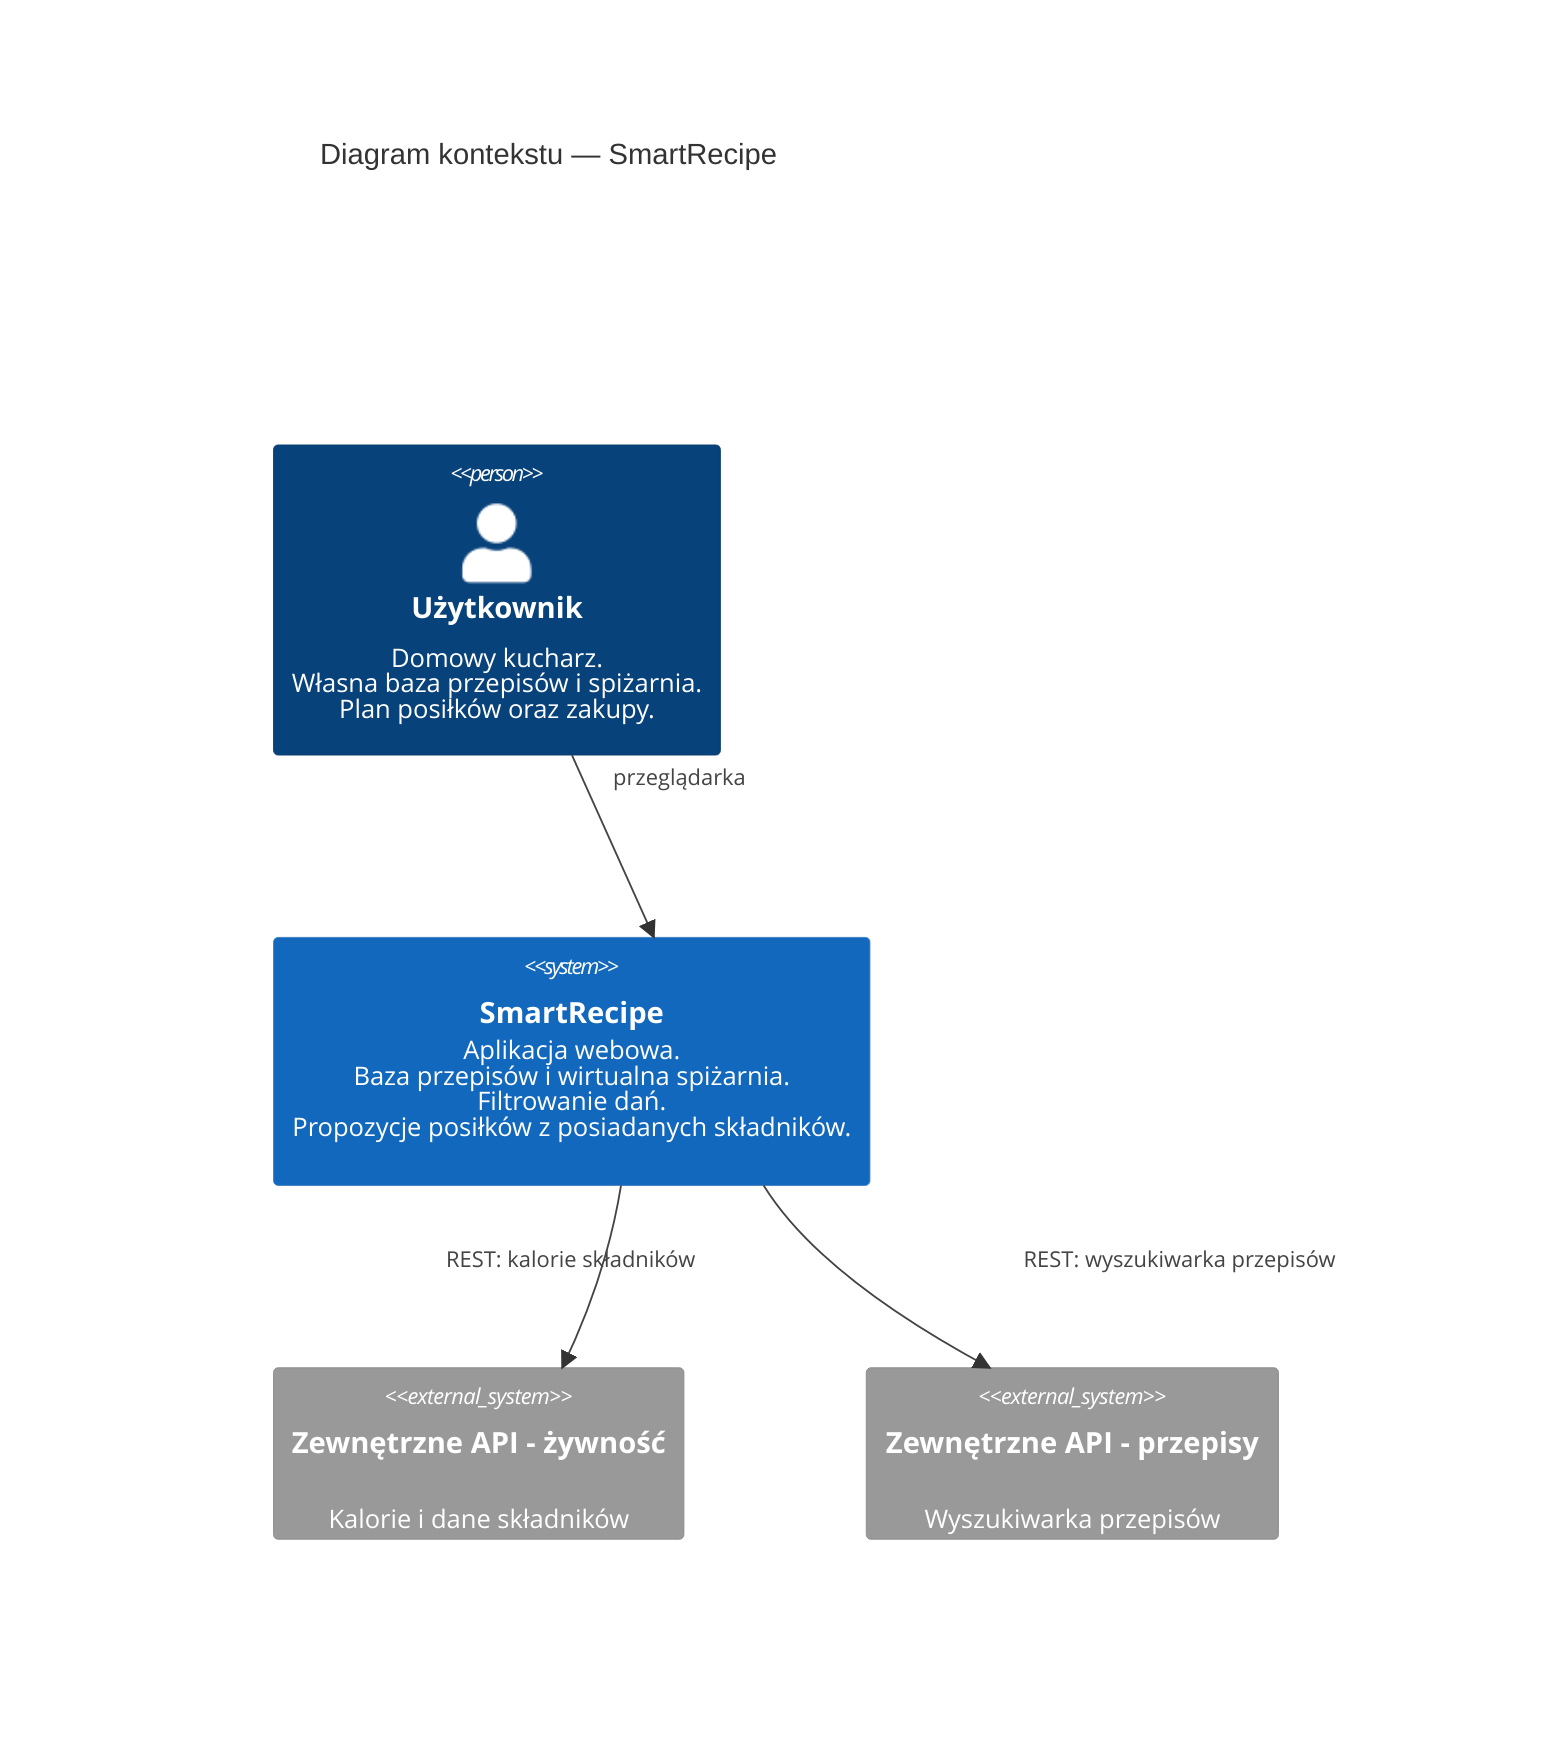
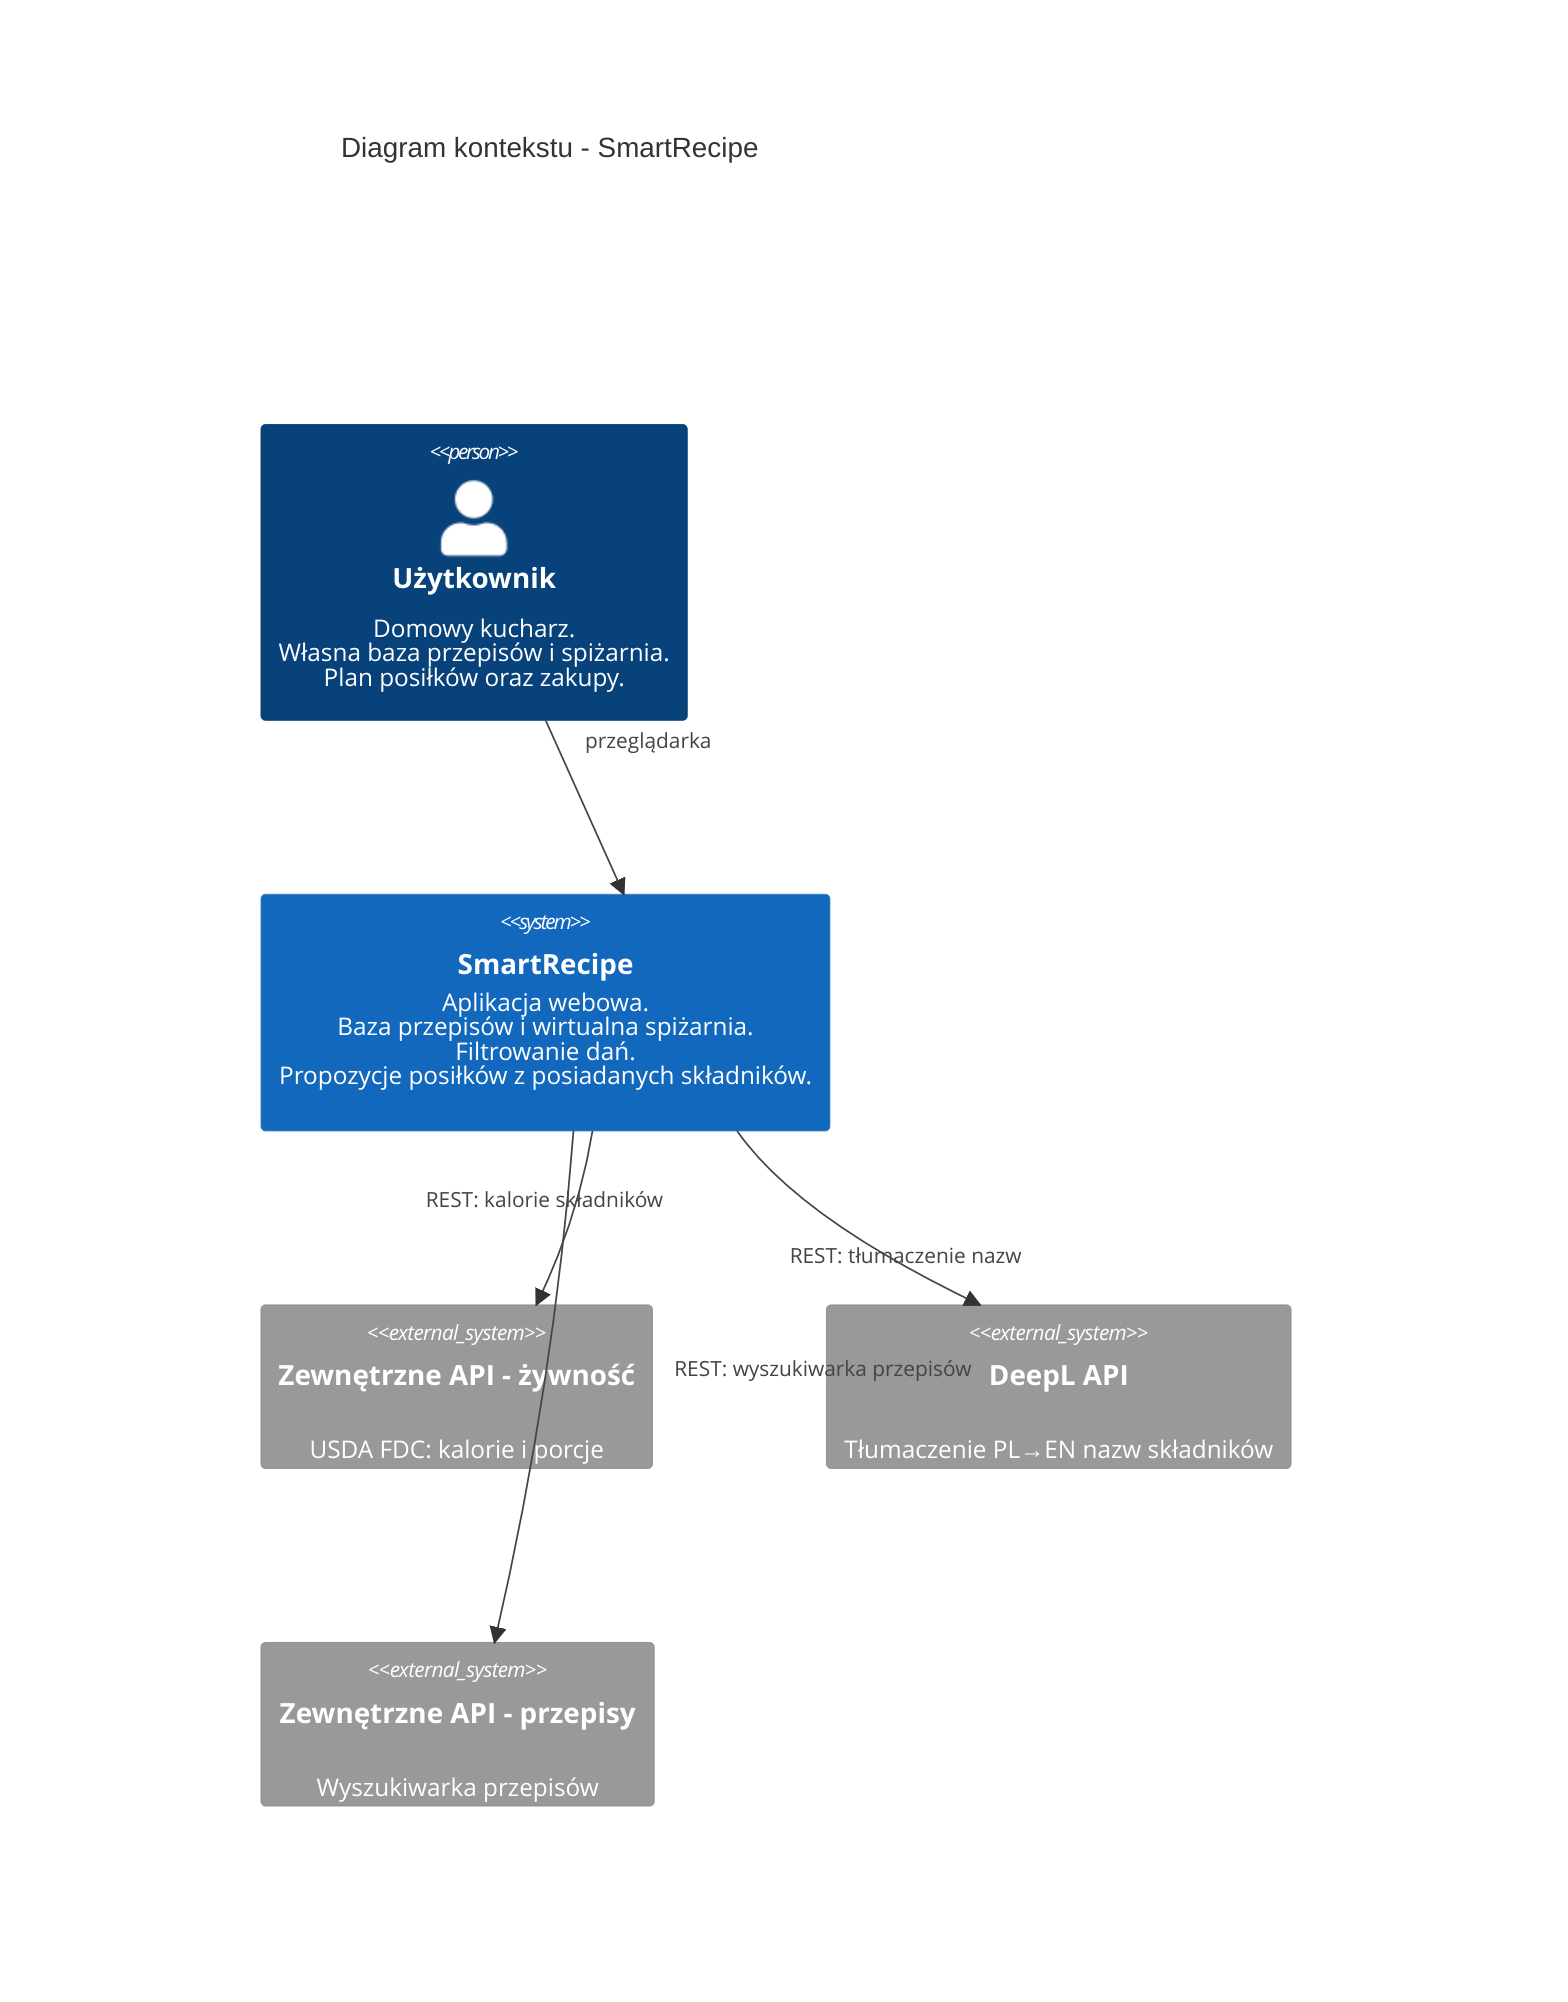
C4Context
-     title Diagram kontekstu — SmartRecipe
+     title Diagram kontekstu - SmartRecipe

    Person(homecook, "Użytkownik", "Domowy kucharz.<br/>Własna baza przepisów i spiżarnia.<br/>Plan posiłków oraz zakupy.")
    System(smartrecipe, "SmartRecipe", "Aplikacja webowa.<br/>Baza przepisów i wirtualna spiżarnia.<br/>Filtrowanie dań.<br/>Propozycje posiłków z posiadanych składników.")
-     System_Ext(nutrition_api, "Zewnętrzne API - żywność", "Kalorie i dane składników")
+     System_Ext(nutrition_api, "Zewnętrzne API - żywność", "USDA FDC: kalorie i porcje")
+     System_Ext(deepl_api, "DeepL API", "Tłumaczenie PL→EN nazw składników")
    System_Ext(recipe_api, "Zewnętrzne API - przepisy", "Wyszukiwarka przepisów")

    Rel(homecook, smartrecipe, "przeglądarka")
+     Rel(smartrecipe, deepl_api, "REST: tłumaczenie nazw")
    Rel(smartrecipe, nutrition_api, "REST: kalorie składników")
    Rel(smartrecipe, recipe_api, "REST: wyszukiwarka przepisów")

    UpdateLayoutConfig($c4ShapeInRow="2", $c4BoundaryInRow="2")
    UpdateRelStyle(homecook, smartrecipe, $offsetY="-40")
+     UpdateRelStyle(smartrecipe, deepl_api, $offsetX="-40", $offsetY="20")
    UpdateRelStyle(smartrecipe, nutrition_api, $offsetX="-80", $offsetY="-12")
    UpdateRelStyle(smartrecipe, recipe_api, $offsetX="80", $offsetY="-12")